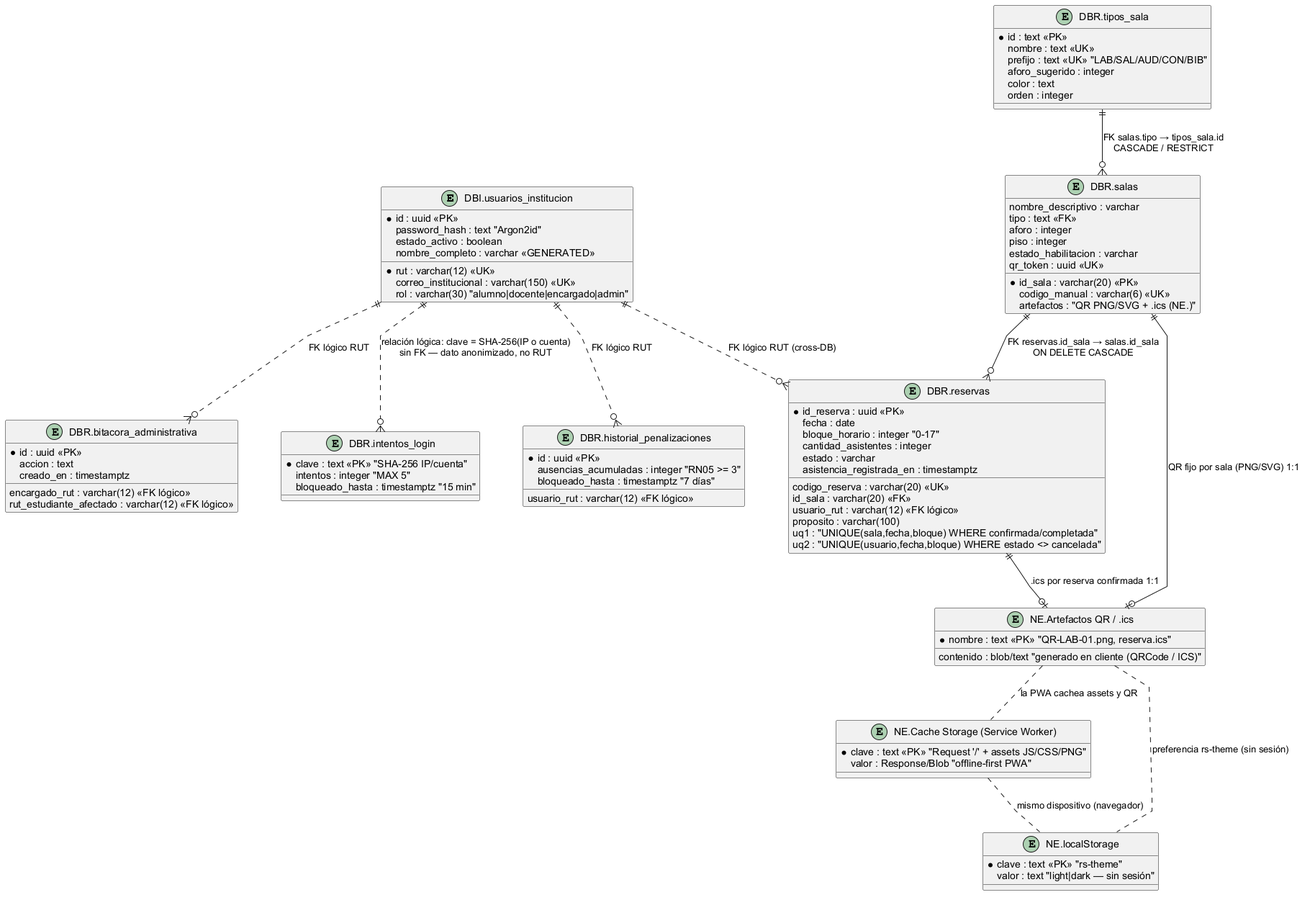
The PlantUML diagram docs/Modelo Entidad-Relacion - Sistema de Reservas.png in SPSolutionsOneaOne/SistemaReservas, before a commit.
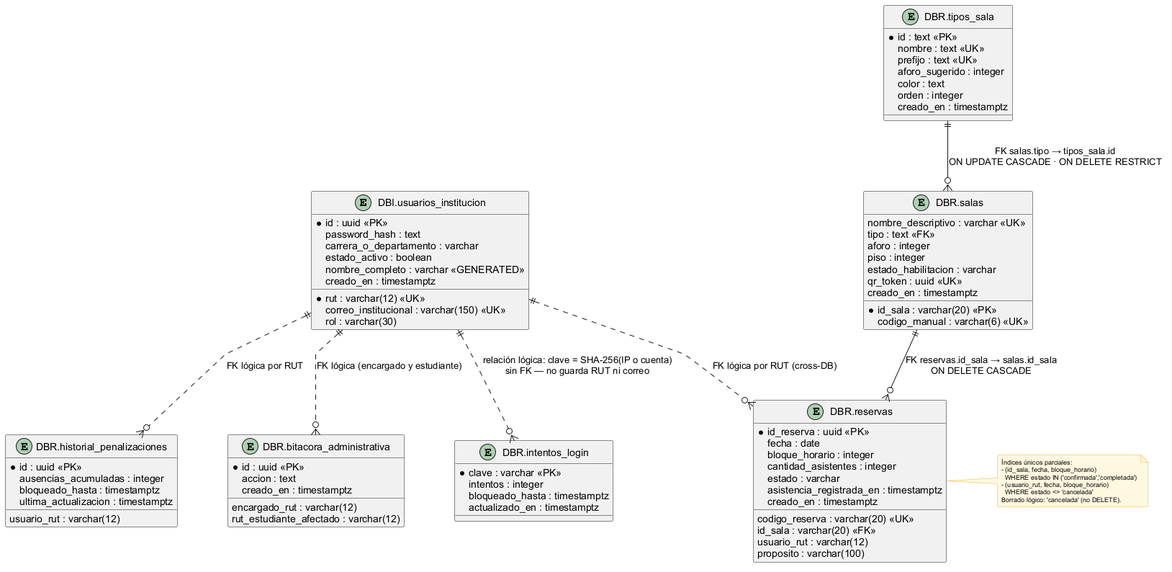
After the change.

Commit message:
docs: ERD solo entidades con PK real (quitar stores NE del modelo)

Diff of the diagram source:
```diff
@@ -4,12 +4,17 @@
 skinparam roundCorner 4
 skinparam shadowing false
 skinparam linetype polyline
-skinparam nodesep 60
-skinparam ranksep 60
+skinparam nodesep 70
+skinparam ranksep 65
 skinparam entity {
   BackgroundColor #FFFFFF
   BorderColor #2B7A9E
   FontColor #1F2937
+  FontSize 10
+}
+skinparam note {
+  BackgroundColor #FFF8E1
+  BorderColor #F0B429
   FontSize 9
 }
 
@@ -17,94 +22,87 @@
   * id : uuid <<PK>>
   * rut : varchar(12) <<UK>>
   correo_institucional : varchar(150) <<UK>>
-  password_hash : text "Argon2id"
-  rol : varchar(30) "alumno|docente|encargado|admin"
+  password_hash : text
+  rol : varchar(30)
+  carrera_o_departamento : varchar
   estado_activo : boolean
   nombre_completo : varchar <<GENERATED>>
+  creado_en : timestamptz
 }
 
 entity "DBR.tipos_sala" as TIPO {
   * id : text <<PK>>
   nombre : text <<UK>>
-  prefijo : text <<UK>> "LAB/SAL/AUD/CON/BIB"
+  prefijo : text <<UK>>
   aforo_sugerido : integer
   color : text
   orden : integer
+  creado_en : timestamptz
 }
 
 entity "DBR.salas" as SALA {
   * id_sala : varchar(20) <<PK>>
-  nombre_descriptivo : varchar
+  nombre_descriptivo : varchar <<UK>>
   tipo : text <<FK>>
   aforo : integer
   piso : integer
   estado_habilitacion : varchar
   qr_token : uuid <<UK>>
   codigo_manual : varchar(6) <<UK>>
-  artefactos : "QR PNG/SVG + .ics (NE.)"
+  creado_en : timestamptz
 }
 
 entity "DBR.reservas" as RESERVA {
   * id_reserva : uuid <<PK>>
   codigo_reserva : varchar(20) <<UK>>
   id_sala : varchar(20) <<FK>>
-  usuario_rut : varchar(12) <<FK lógico>>
+  usuario_rut : varchar(12)
   fecha : date
-  bloque_horario : integer "0-17"
+  bloque_horario : integer
   cantidad_asistentes : integer
   proposito : varchar(100)
   estado : varchar
   asistencia_registrada_en : timestamptz
-  uq1 : "UNIQUE(sala,fecha,bloque) WHERE confirmada/completada"
-  uq2 : "UNIQUE(usuario,fecha,bloque) WHERE estado <> cancelada"
+  creado_en : timestamptz
 }
 
 entity "DBR.historial_penalizaciones" as PENAL {
   * id : uuid <<PK>>
-  usuario_rut : varchar(12) <<FK lógico>>
-  ausencias_acumuladas : integer "RN05 >= 3"
-  bloqueado_hasta : timestamptz "7 días"
+  usuario_rut : varchar(12)
+  ausencias_acumuladas : integer
+  bloqueado_hasta : timestamptz
+  ultima_actualizacion : timestamptz
 }
 
 entity "DBR.bitacora_administrativa" as BITACORA {
   * id : uuid <<PK>>
-  encargado_rut : varchar(12) <<FK lógico>>
+  encargado_rut : varchar(12)
   accion : text
-  rut_estudiante_afectado : varchar(12) <<FK lógico>>
+  rut_estudiante_afectado : varchar(12)
   creado_en : timestamptz
 }
 
 entity "DBR.intentos_login" as INTENTOS {
-  * clave : text <<PK>> "SHA-256 IP/cuenta"
-  intentos : integer "MAX 5"
-  bloqueado_hasta : timestamptz "15 min"
+  * clave : varchar <<PK>>
+  intentos : integer
+  bloqueado_hasta : timestamptz
+  actualizado_en : timestamptz
 }
 
-entity "NE.Cache Storage (Service Worker)" as CACHE {
-  * clave : text <<PK>> "Request '/' + assets JS/CSS/PNG"
-  valor : Response/Blob "offline-first PWA"
-}
+TIPO    ||--o{ SALA     : "FK salas.tipo → tipos_sala.id\nON UPDATE CASCADE · ON DELETE RESTRICT"
+SALA    ||--o{ RESERVA  : "FK reservas.id_sala → salas.id_sala\nON DELETE CASCADE"
+USUARIO ||..o{ RESERVA  : "FK lógica por RUT (cross-DB)"
+USUARIO ||..o{ PENAL    : "FK lógica por RUT"
+USUARIO ||..o{ BITACORA : "FK lógica (encargado y estudiante)"
+USUARIO ||..o{ INTENTOS : "relación lógica: clave = SHA-256(IP o cuenta)\nsin FK — no guarda RUT ni correo"
 
-entity "NE.localStorage" as LS {
-  * clave : text <<PK>> "rs-theme"
-  valor : text "light|dark — sin sesión"
-}
-
-entity "NE.Artefactos QR / .ics" as ARCHIVOS {
-  * nombre : text <<PK>> "QR-LAB-01.png, reserva.ics"
-  contenido : blob/text "generado en cliente (QRCode / ICS)"
-}
-
-TIPO     ||--o{ SALA     : "FK salas.tipo → tipos_sala.id\nCASCADE / RESTRICT"
-SALA     ||--o{ RESERVA  : "FK reservas.id_sala → salas.id_sala\nON DELETE CASCADE"
-USUARIO  ||..o{ RESERVA  : "FK lógico RUT (cross-DB)"
-USUARIO  ||..o{ PENAL    : "FK lógico RUT"
-USUARIO  ||..o{ BITACORA : "FK lógico RUT"
-SALA     ||--o| ARCHIVOS : "QR fijo por sala (PNG/SVG) 1:1"
-RESERVA  ||--o| ARCHIVOS : ".ics por reserva confirmada 1:1"
-USUARIO  ||..o{ INTENTOS : "relación lógica: clave = SHA-256(IP o cuenta)\nsin FK — dato anonimizado, no RUT"
-CACHE    .. LS           : "mismo dispositivo (navegador)"
-ARCHIVOS .. CACHE        : "la PWA cachea assets y QR"
-ARCHIVOS .. LS           : "preferencia rs-theme (sin sesión)"
+note right of RESERVA
+  Índices únicos parciales:
+  - (id_sala, fecha, bloque_horario)
+    WHERE estado IN ('confirmada','completada')
+  - (usuario_rut, fecha, bloque_horario)
+    WHERE estado <> 'cancelada'
+  Borrado lógico: 'cancelada' (no DELETE).
+end note
 
 @enduml
```
